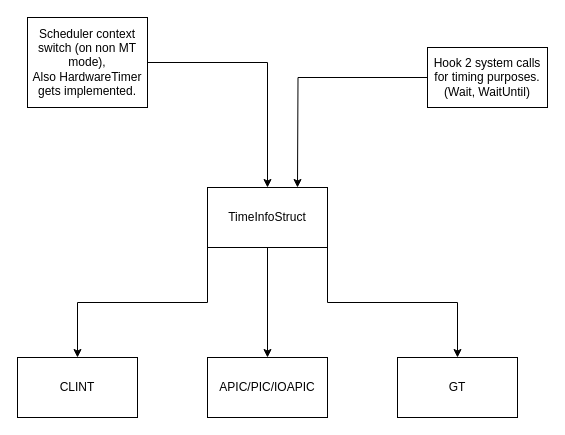
Before: Meta/OS-Timer-Architecture.drawio in nekernel-org/nekernel, a draw.io diagram. Source tidied: cells renumbered, new cells numbered last; positions are measured from the earlier drawing's top-left corner, leaving out a move shared by most shapes. Both pictures are drawn from the tidied source at 100%, with x=0, y=0 at pixel (17, 17).
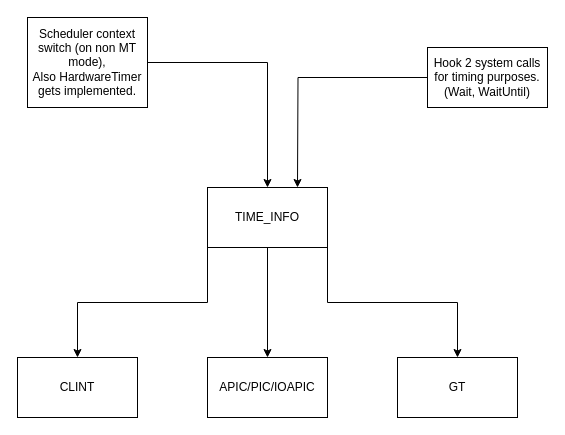
Above is the later version.

The edit, as a diff of the source:
```diff
@@
 <mxGraphModel>
   <root>
     <mxCell id="0" />
     <mxCell id="1" parent="0" />
     <mxCell id="2" style="edgeStyle=orthogonalEdgeStyle;rounded=0;jettySize=auto;html=1;exitX=0.5;exitY=1;exitDx=0;exitDy=0;entryX=0.5;entryY=0;entryDx=0;entryDy=0;" parent="1" edge="1" source="5" target="6">
       <mxGeometry relative="1" as="geometry" />
     </mxCell>
     <mxCell id="3" style="edgeStyle=orthogonalEdgeStyle;rounded=0;jettySize=auto;html=1;exitX=1;exitY=1;exitDx=0;exitDy=0;entryX=0.5;entryY=0;entryDx=0;entryDy=0;" parent="1" edge="1" source="5" target="7">
       <mxGeometry relative="1" as="geometry" />
     </mxCell>
     <mxCell id="4" style="edgeStyle=orthogonalEdgeStyle;rounded=0;jettySize=auto;html=1;exitX=0;exitY=1;exitDx=0;exitDy=0;entryX=0.5;entryY=0;entryDx=0;entryDy=0;" parent="1" edge="1" source="5" target="8">
       <mxGeometry relative="1" as="geometry" />
     </mxCell>
-    <mxCell id="5" value="TimeInfoStruct" style="rounded=0;whiteSpace=wrap;html=1;" parent="1" vertex="1">
+    <mxCell id="5" value="TIME_INFO" style="rounded=0;whiteSpace=wrap;html=1;" parent="1" vertex="1">
       <mxGeometry x="190" y="170" width="120" height="60" as="geometry" />
     </mxCell>
     <mxCell id="6" value="APIC/PIC/IOAPIC" style="rounded=0;whiteSpace=wrap;html=1;" parent="1" vertex="1">
       <mxGeometry x="190" y="340" width="120" height="60" as="geometry" />
     </mxCell>
     <mxCell id="7" value="GT" style="rounded=0;whiteSpace=wrap;html=1;" parent="1" vertex="1">
       <mxGeometry x="380" y="340" width="120" height="60" as="geometry" />
     </mxCell>
     <mxCell id="8" value="CLINT" style="rounded=0;whiteSpace=wrap;html=1;" parent="1" vertex="1">
       <mxGeometry y="340" width="120" height="60" as="geometry" />
     </mxCell>
     <mxCell id="9" style="edgeStyle=orthogonalEdgeStyle;rounded=0;jettySize=auto;html=1;entryX=0.5;entryY=0;entryDx=0;entryDy=0;" parent="1" edge="1" source="10" target="5">
       <mxGeometry relative="1" as="geometry" />
     </mxCell>
     <mxCell id="10" value="Scheduler context switch (on non MT mode),&lt;br&gt;Also HardwareTimer gets implemented." style="rounded=0;whiteSpace=wrap;html=1;" parent="1" vertex="1">
       <mxGeometry x="10" width="120" height="90" as="geometry" />
     </mxCell>
     <mxCell id="11" style="edgeStyle=orthogonalEdgeStyle;rounded=0;jettySize=auto;html=1;entryX=1;entryY=0;entryDx=0;entryDy=0;exitX=0;exitY=0.5;exitDx=0;exitDy=0;" parent="1" edge="1" source="12">
       <mxGeometry relative="1" as="geometry">
         <mxPoint x="280" y="170" as="targetPoint" />
       </mxGeometry>
     </mxCell>
     <mxCell id="12" value="Hook 2 system calls for timing purposes.&lt;br&gt;(Wait, WaitUntil)" style="rounded=0;whiteSpace=wrap;html=1;" parent="1" vertex="1">
       <mxGeometry x="410" y="30" width="120" height="60" as="geometry" />
     </mxCell>
   </root>
 </mxGraphModel>
```
